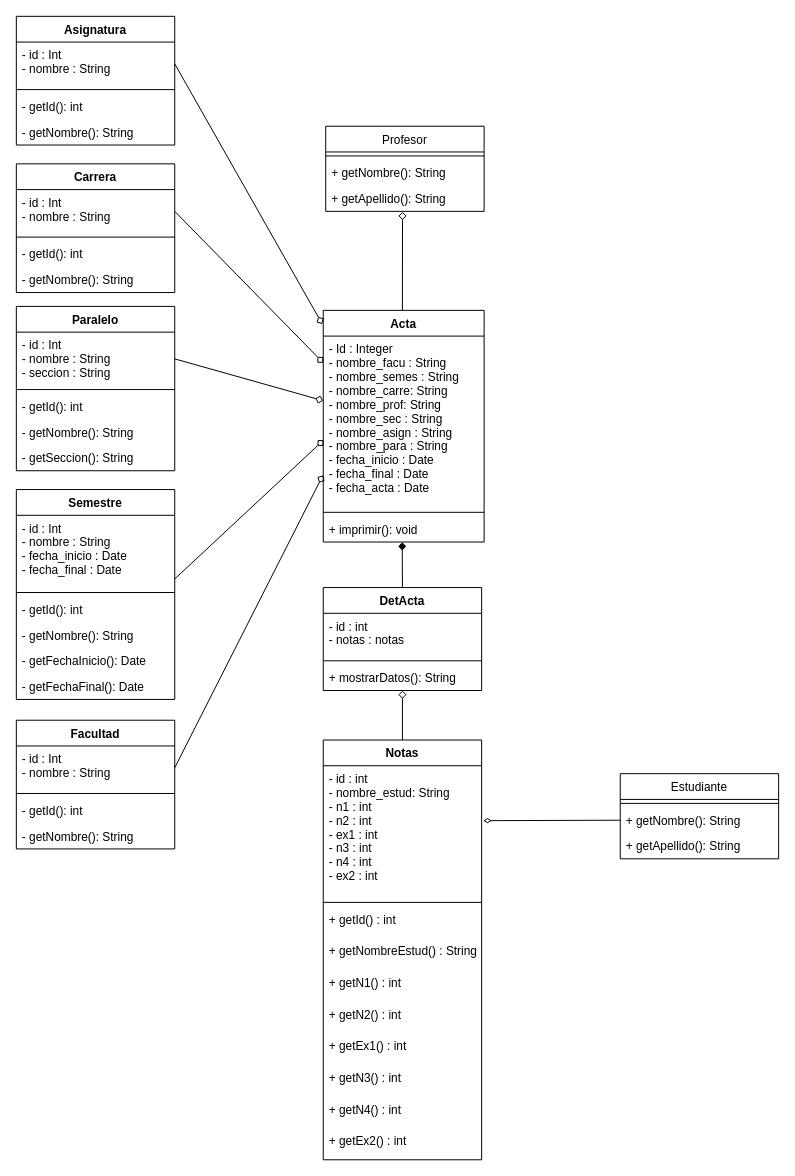
The draw.io diagram Taller 1/diseño/diagrama.drawio in aterana3/Python-4to-semestre, before the edit. Source tidied: cells renumbered, new cells numbered last; positions are measured from the earlier drawing's top-left corner, leaving out a move shared by most shapes. Both pictures are drawn from the tidied source at 99%, with x=0, y=0 at pixel (16, 16).
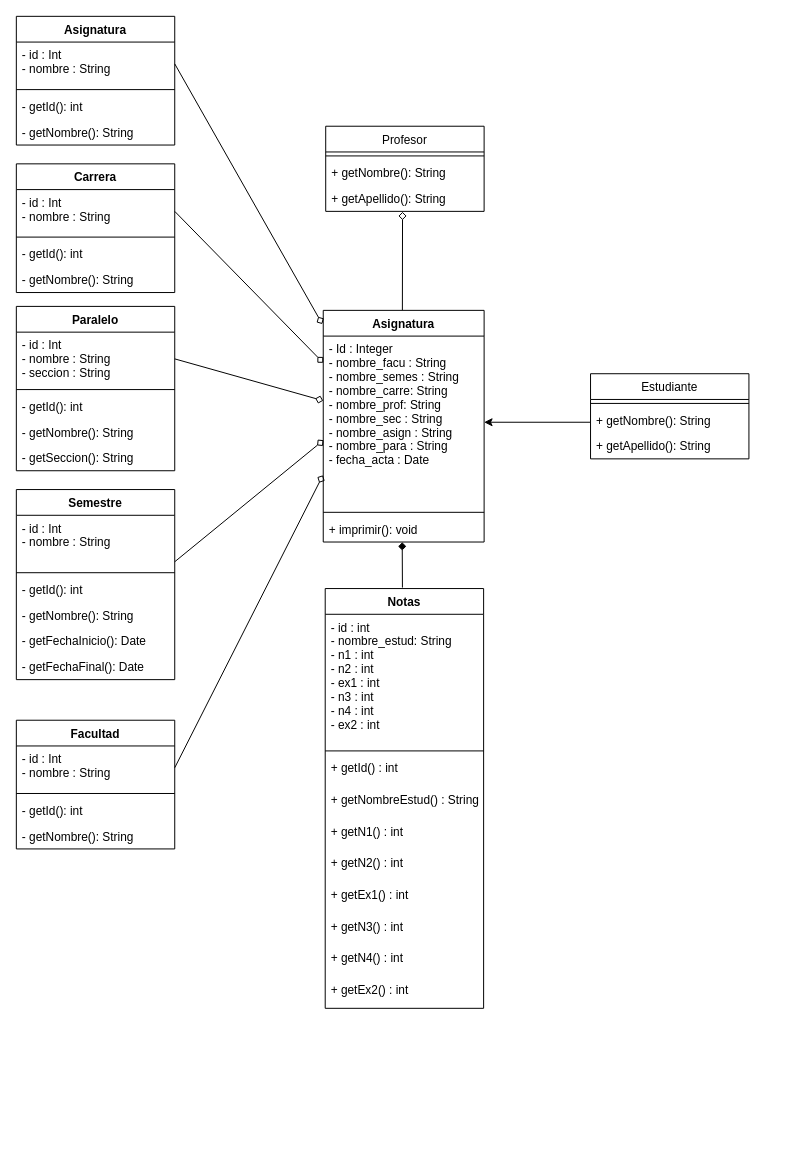
After the change.

The change refers to these unchanged cells:
```xml
<mxCell id="4" value="- id : int&#10;- nombre_estud: String&#10;- n1 : int&#10;- n2 : int&#10;- ex1 : int&#10;- n3 : int&#10;- n4 : int&#10;- ex2 : int &#10;" style="text;strokeColor=none;fillColor=none;align=left;verticalAlign=top;spacingLeft=4;spacingRight=4;overflow=hidden;points=[[0,0.5],[1,0.5]];portConstraint=eastwest;" parent="3" vertex="1">
  <mxGeometry y="26" width="160" height="134" as="geometry" />
</mxCell>
<mxCell id="24" value="+ getNombre(): String" style="text;strokeColor=none;fillColor=none;align=left;verticalAlign=top;spacingLeft=4;spacingRight=4;overflow=hidden;points=[[0,0.5],[1,0.5]];portConstraint=eastwest;" parent="22" vertex="1">
  <mxGeometry y="34" width="160" height="26" as="geometry" />
</mxCell>
<mxCell id="30" value="+ imprimir(): void" style="text;strokeColor=none;fillColor=none;align=left;verticalAlign=top;spacingLeft=4;spacingRight=4;overflow=hidden;points=[[0,0.5],[1,0.5]];portConstraint=eastwest;" parent="27" vertex="1">
  <mxGeometry y="208" width="162.5" height="26" as="geometry" />
</mxCell>
```

The edit, as a diff of the source:
```diff
@@
-    <mxCell id="2" style="edgeStyle=none;html=1;exitX=0.5;exitY=0;exitDx=0;exitDy=0;entryX=0.5;entryY=1;entryDx=0;entryDy=0;endArrow=diamond;endFill=0;" parent="1" edge="1" source="3" target="14">
-      <mxGeometry relative="1" as="geometry" />
-    </mxCell>
     <mxCell id="3" value="Notas" style="swimlane;fontStyle=1;align=center;verticalAlign=top;horizontal=1;startSize=26;" parent="1" vertex="1">
-      <mxGeometry x="310" y="731" width="160" height="424" as="geometry" />
+      <mxGeometry x="312" y="578" width="160" height="424" as="geometry" />
     </mxCell>
@@
-    <mxCell id="14" value="DetActa" style="swimlane;fontStyle=1;align=center;verticalAlign=top;horizontal=1;startSize=26;" parent="1" vertex="1">
-      <mxGeometry x="310" y="577" width="160" height="104" as="geometry" />
-    </mxCell>
-    <mxCell id="15" value="- id : int&#10;- notas : notas" style="text;strokeColor=none;fillColor=none;align=left;verticalAlign=top;spacingLeft=4;spacingRight=4;overflow=hidden;" parent="14" vertex="1">
-      <mxGeometry y="26" width="160" height="44" as="geometry" />
-    </mxCell>
-    <mxCell id="16" style="line;strokeWidth=1;fillColor=none;align=left;verticalAlign=middle;spacingTop=-1;spacingLeft=3;spacingRight=3;labelPosition=right;strokeColor=inherit;" parent="14" vertex="1">
-      <mxGeometry y="70" width="160" height="8" as="geometry" />
-    </mxCell>
-    <mxCell id="17" value="+ mostrarDatos(): String" style="text;strokeColor=none;fillColor=none;align=left;verticalAlign=top;spacingLeft=4;spacingRight=4;overflow=hidden;" parent="14" vertex="1">
-      <mxGeometry y="78" width="160" height="26" as="geometry" />
-    </mxCell>
@@
     <mxCell id="22" value="Estudiante" style="swimlane;fontStyle=0;align=center;verticalAlign=top;horizontal=1;startSize=26;" parent="1" vertex="1">
-      <mxGeometry x="610" y="765" width="160" height="86" as="geometry" />
+      <mxGeometry x="580" y="361" width="160" height="86" as="geometry" />
     </mxCell>
@@
-    <mxCell id="27" value="Acta" style="swimlane;fontStyle=1;align=center;verticalAlign=top;horizontal=1;startSize=26;" parent="1" vertex="1">
+    <mxCell id="27" value="Asignatura" style="swimlane;fontStyle=1;align=center;verticalAlign=top;horizontal=1;startSize=26;" parent="1" vertex="1">
       <mxGeometry x="310" y="297" width="162.5" height="234" as="geometry" />
     </mxCell>
-    <mxCell id="28" value="- Id : Integer&#10;- nombre_facu : String&#10;- nombre_semes : String&#10;- nombre_carre: String&#10;- nombre_prof: String&#10;- nombre_sec : String&#10;- nombre_asign : String&#10;- nombre_para : String&#10;- fecha_inicio : Date&#10;- fecha_final : Date&#10;- fecha_acta : Date&#10;" style="text;strokeColor=none;fillColor=none;align=left;verticalAlign=top;spacingLeft=4;spacingRight=4;overflow=hidden;points=[[0,0.5],[1,0.5]];portConstraint=eastwest;" parent="27" vertex="1">
+    <mxCell id="28" value="- Id : Integer&#10;- nombre_facu : String&#10;- nombre_semes : String&#10;- nombre_carre: String&#10;- nombre_prof: String&#10;- nombre_sec : String&#10;- nombre_asign : String&#10;- nombre_para : String&#10;- fecha_acta : Date&#10;" style="text;strokeColor=none;fillColor=none;align=left;verticalAlign=top;spacingLeft=4;spacingRight=4;overflow=hidden;points=[[0,0.5],[1,0.5]];portConstraint=eastwest;" parent="27" vertex="1">
       <mxGeometry y="26" width="162.5" height="174" as="geometry" />
     </mxCell>
@@
-    <mxCell id="31" style="edgeStyle=none;html=1;endArrow=diamond;endFill=1;exitX=0.5;exitY=0;exitDx=0;exitDy=0;entryX=0.491;entryY=1.007;entryDx=0;entryDy=0;entryPerimeter=0;" parent="1" edge="1" source="14" target="30">
-      <mxGeometry relative="1" as="geometry" />
+    <mxCell id="31" style="edgeStyle=none;html=1;endArrow=diamond;endFill=1;exitX=0.5;exitY=0;exitDx=0;exitDy=0;entryX=0.491;entryY=1.007;entryDx=0;entryDy=0;entryPerimeter=0;" parent="1" edge="1" target="30">
+      <mxGeometry relative="1" as="geometry">
+        <mxPoint x="390" y="577" as="sourcePoint" />
+      </mxGeometry>
     </mxCell>
@@
     <mxCell id="38" value="Semestre" style="swimlane;fontStyle=1;align=center;verticalAlign=top;horizontal=1;startSize=26;" parent="1" vertex="1">
-      <mxGeometry y="478" width="160" height="212" as="geometry" />
+      <mxGeometry y="478" width="160" height="192" as="geometry" />
     </mxCell>
-    <mxCell id="39" value="- id : Int&#10;- nombre : String&#10;- fecha_inicio : Date&#10;- fecha_final : Date" style="text;strokeColor=none;fillColor=none;align=left;verticalAlign=top;spacingLeft=4;spacingRight=4;overflow=hidden;points=[[0,0.5],[1,0.5]];portConstraint=eastwest;" parent="38" vertex="1">
-      <mxGeometry y="26" width="160" height="74" as="geometry" />
+    <mxCell id="39" value="- id : Int&#10;- nombre : String" style="text;strokeColor=none;fillColor=none;align=left;verticalAlign=top;spacingLeft=4;spacingRight=4;overflow=hidden;points=[[0,0.5],[1,0.5]];portConstraint=eastwest;" parent="38" vertex="1">
+      <mxGeometry y="26" width="160" height="54" as="geometry" />
     </mxCell>
     <mxCell id="40" style="line;strokeWidth=1;fillColor=none;align=left;verticalAlign=middle;spacingTop=-1;spacingLeft=3;spacingRight=3;labelPosition=right;strokeColor=inherit;" parent="38" vertex="1">
-      <mxGeometry y="100" width="160" height="8" as="geometry" />
+      <mxGeometry y="80" width="160" height="8" as="geometry" />
     </mxCell>
     <mxCell id="41" value="- getId(): int" style="text;strokeColor=none;fillColor=none;align=left;verticalAlign=top;spacingLeft=4;spacingRight=4;overflow=hidden;" parent="38" vertex="1">
-      <mxGeometry y="108" width="160" height="26" as="geometry" />
+      <mxGeometry y="88" width="160" height="26" as="geometry" />
     </mxCell>
     <mxCell id="42" value="- getNombre(): String" style="text;strokeColor=none;fillColor=none;align=left;verticalAlign=top;spacingLeft=4;spacingRight=4;overflow=hidden;" parent="38" vertex="1">
-      <mxGeometry y="134" width="160" height="26" as="geometry" />
+      <mxGeometry y="114" width="160" height="26" as="geometry" />
     </mxCell>
     <mxCell id="43" value="- getFechaInicio(): Date" style="text;strokeColor=none;fillColor=none;align=left;verticalAlign=top;spacingLeft=4;spacingRight=4;overflow=hidden;" parent="38" vertex="1">
-      <mxGeometry y="160" width="160" height="26" as="geometry" />
+      <mxGeometry y="140" width="160" height="26" as="geometry" />
     </mxCell>
     <mxCell id="44" value="- getFechaFinal(): Date" style="text;strokeColor=none;fillColor=none;align=left;verticalAlign=top;spacingLeft=4;spacingRight=4;overflow=hidden;" parent="38" vertex="1">
-      <mxGeometry y="186" width="160" height="26" as="geometry" />
+      <mxGeometry y="166" width="160" height="26" as="geometry" />
     </mxCell>
@@
-    <mxCell id="65" style="edgeStyle=none;html=1;exitX=0;exitY=0.5;exitDx=0;exitDy=0;entryX=1.009;entryY=0.414;entryDx=0;entryDy=0;entryPerimeter=0;endArrow=diamondThin;endFill=0;" parent="1" edge="1" source="24" target="4">
-      <mxGeometry relative="1" as="geometry" />
-    </mxCell>
+    <mxCell id="66" style="edgeStyle=none;html=1;exitX=-0.003;exitY=0.577;exitDx=0;exitDy=0;entryX=1;entryY=0.5;entryDx=0;entryDy=0;exitPerimeter=0;" parent="1" edge="1" source="24" target="28">
+      <mxGeometry relative="1" as="geometry" />
+    </mxCell>
```
